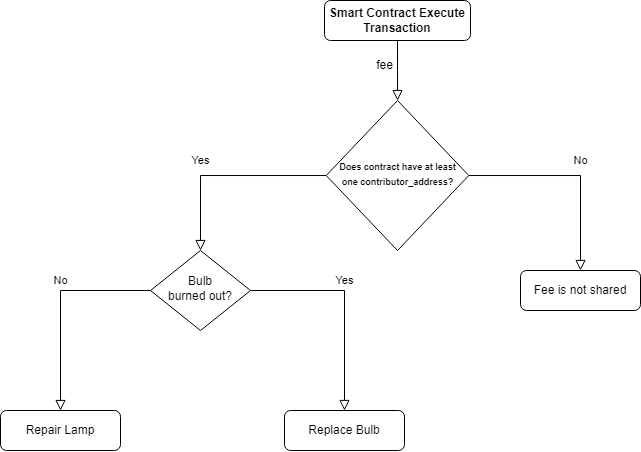
CamelJuno/diagrams keeps this draw.io diagram as contributor-incentivized fee sharing.png. Above is the earlier version. Source tidied: cells renumbered, new cells last; positions are measured from the earlier drawing's top-left corner, leaving out a move shared by most shapes.
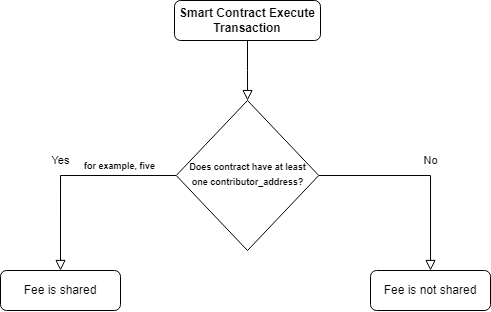
The same file after the commit.

The edit, as a diff of the source:
```diff
@@ -8,10 +8,10 @@
     <mxCell id="3" value="&lt;b&gt;Smart Contract Execute&lt;br&gt;Transaction&lt;/b&gt;" style="rounded=1;whiteSpace=wrap;html=1;fontSize=12;glass=0;strokeWidth=1;shadow=0;" parent="1" vertex="1">
       <mxGeometry x="324" width="146" height="40" as="geometry" />
     </mxCell>
-    <mxCell id="4" value="Yes" style="rounded=0;html=1;jettySize=auto;fontSize=11;endArrow=block;endFill=0;endSize=8;strokeWidth=1;shadow=0;labelBackgroundColor=none;edgeStyle=orthogonalEdgeStyle;" parent="1" edge="1" source="6" target="10">
-      <mxGeometry x="0.25" y="-15" relative="1" as="geometry">
+    <mxCell id="4" value="Yes" style="rounded=0;html=1;jettySize=auto;fontSize=11;endArrow=block;endFill=0;endSize=8;strokeWidth=1;shadow=0;labelBackgroundColor=none;edgeStyle=orthogonalEdgeStyle;entryX=0.5;entryY=0;entryDx=0;entryDy=0;" parent="1" edge="1" source="6" target="14">
+      <mxGeometry x="0.1" y="-15" relative="1" as="geometry">
         <Array as="points">
-          <mxPoint x="200" y="175" />
+          <mxPoint x="210" y="175" />
         </Array>
         <mxPoint x="15" y="-15" as="offset" />
       </mxGeometry>
@@ -21,33 +21,17 @@
         <mxPoint x="-15" y="-15" as="offset" />
       </mxGeometry>
     </mxCell>
-    <mxCell id="6" value="&lt;b style=&quot;line-height: 0.8;&quot;&gt;&lt;font style=&quot;font-size: 9px;&quot;&gt;Does contract have at least&lt;br&gt;one contributor_address?&lt;/font&gt;&lt;/b&gt;" style="rhombus;whiteSpace=wrap;html=1;shadow=0;fontFamily=Helvetica;fontSize=12;align=center;strokeWidth=1;spacing=6;spacingTop=-4;" parent="1" vertex="1">
+    <mxCell id="6" value="&lt;span style=&quot;line-height: 0.8;&quot;&gt;&lt;font style=&quot;font-size: 9px;&quot;&gt;&lt;b&gt;Does contract have at least&lt;br&gt;one contributor_address?&lt;/b&gt;&lt;/font&gt;&lt;/span&gt;" style="rhombus;whiteSpace=wrap;html=1;shadow=0;fontFamily=Helvetica;fontSize=12;align=center;strokeWidth=1;spacing=6;spacingTop=-4;" parent="1" vertex="1">
       <mxGeometry x="325.8" y="100" width="142.5" height="150" as="geometry" />
     </mxCell>
     <mxCell id="7" value="Fee is not shared" style="rounded=1;whiteSpace=wrap;html=1;fontSize=12;glass=0;strokeWidth=1;shadow=0;" parent="1" vertex="1">
       <mxGeometry x="520" y="270" width="120" height="40" as="geometry" />
     </mxCell>
-    <mxCell id="8" value="No" style="rounded=0;html=1;jettySize=auto;fontSize=11;endArrow=block;endFill=0;endSize=8;strokeWidth=1;shadow=0;labelBackgroundColor=none;edgeStyle=orthogonalEdgeStyle;" parent="1" edge="1" source="10" target="11">
-      <mxGeometry x="-0.14" y="-10" relative="1" as="geometry">
-        <mxPoint x="10" y="-10" as="offset" />
-      </mxGeometry>
-    </mxCell>
-    <mxCell id="9" value="Yes" style="edgeStyle=orthogonalEdgeStyle;rounded=0;html=1;jettySize=auto;fontSize=11;endArrow=block;endFill=0;endSize=8;strokeWidth=1;shadow=0;labelBackgroundColor=none;" parent="1" edge="1" source="10" target="12">
-      <mxGeometry x="-0.12" y="-10" relative="1" as="geometry">
-        <mxPoint x="10" y="-10" as="offset" />
-      </mxGeometry>
-    </mxCell>
-    <mxCell id="10" value="Bulb&lt;br&gt;burned out?" style="rhombus;whiteSpace=wrap;html=1;shadow=0;fontFamily=Helvetica;fontSize=12;align=center;strokeWidth=1;spacing=6;spacingTop=-4;" parent="1" vertex="1">
-      <mxGeometry x="150" y="250" width="100" height="80" as="geometry" />
-    </mxCell>
-    <mxCell id="11" value="Repair Lamp" style="rounded=1;whiteSpace=wrap;html=1;fontSize=12;glass=0;strokeWidth=1;shadow=0;" parent="1" vertex="1">
-      <mxGeometry y="410" width="120" height="40" as="geometry" />
-    </mxCell>
-    <mxCell id="12" value="Replace Bulb" style="rounded=1;whiteSpace=wrap;html=1;fontSize=12;glass=0;strokeWidth=1;shadow=0;" parent="1" vertex="1">
-      <mxGeometry x="284" y="410" width="120" height="40" as="geometry" />
-    </mxCell>
-    <mxCell id="13" value="fee" style="text;html=1;align=center;verticalAlign=middle;strokeColor=none;fillColor=none;" parent="1" vertex="1">
-      <mxGeometry x="364" y="50" width="40" height="30" as="geometry" />
-    </mxCell>
+    <mxCell id="14" value="Fee is shared" style="rounded=1;whiteSpace=wrap;html=1;" parent="1" vertex="1">
+      <mxGeometry x="150" y="270" width="120" height="40" as="geometry" />
+    </mxCell>
+    <mxCell id="15" value="&lt;b&gt;&lt;font style=&quot;font-size: 9px;&quot;&gt;for example, five&lt;/font&gt;&lt;/b&gt;" style="text;html=1;align=center;verticalAlign=middle;strokeColor=none;fillColor=none;" parent="1" vertex="1">
+      <mxGeometry x="224" y="150" width="90" height="30" as="geometry" />
+    </mxCell>
   </root>
 </mxGraphModel>
```
